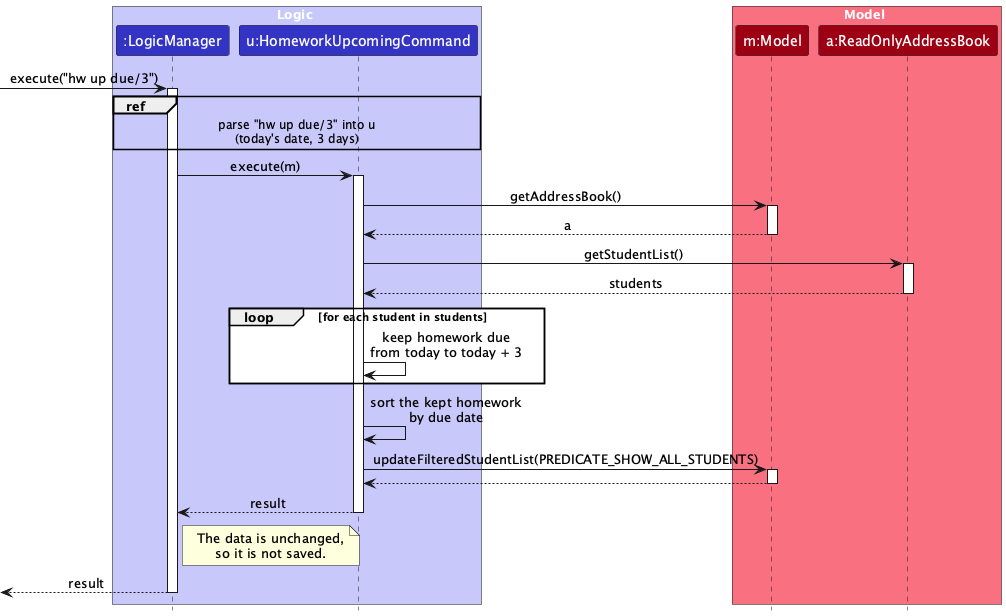
The PlantUML diagram docs/images/HomeworkUpcomingSequenceDiagram.png in AY2627S1-CS2103-F12-1/tp, before a commit. Source of this version:
```plantuml
@startuml
!include style.puml
skinparam ArrowFontStyle plain

box Logic LOGIC_COLOR_T1
participant ":LogicManager" as LogicManager LOGIC_COLOR
participant "u:HomeworkUpcomingCommand" as HomeworkUpcomingCommand LOGIC_COLOR
end box

box Model MODEL_COLOR_T1
participant "m:Model" as Model MODEL_COLOR
participant "a:ReadOnlyAddressBook" as AddressBook MODEL_COLOR
end box

[-> LogicManager : execute("hw up due/3")
activate LogicManager

ref over LogicManager, HomeworkUpcomingCommand
  parse "hw up due/3" into u
  (today's date, 3 days)
end ref

LogicManager -> HomeworkUpcomingCommand : execute(m)
activate HomeworkUpcomingCommand

HomeworkUpcomingCommand -> Model : getAddressBook()
activate Model

Model --> HomeworkUpcomingCommand : a
deactivate Model

HomeworkUpcomingCommand -> AddressBook : getStudentList()
activate AddressBook

AddressBook --> HomeworkUpcomingCommand : students
deactivate AddressBook

loop for each student in students
  HomeworkUpcomingCommand -> HomeworkUpcomingCommand : keep homework due\nfrom today to today + 3
end

HomeworkUpcomingCommand -> HomeworkUpcomingCommand : sort the kept homework\nby due date

HomeworkUpcomingCommand -> Model : updateFilteredStudentList(PREDICATE_SHOW_ALL_STUDENTS)
activate Model

Model --> HomeworkUpcomingCommand
deactivate Model

HomeworkUpcomingCommand --> LogicManager : result
deactivate HomeworkUpcomingCommand

note right of LogicManager
  The data is unchanged,
  so it is not saved.
end note

[<-- LogicManager : result
deactivate LogicManager
@enduml
```
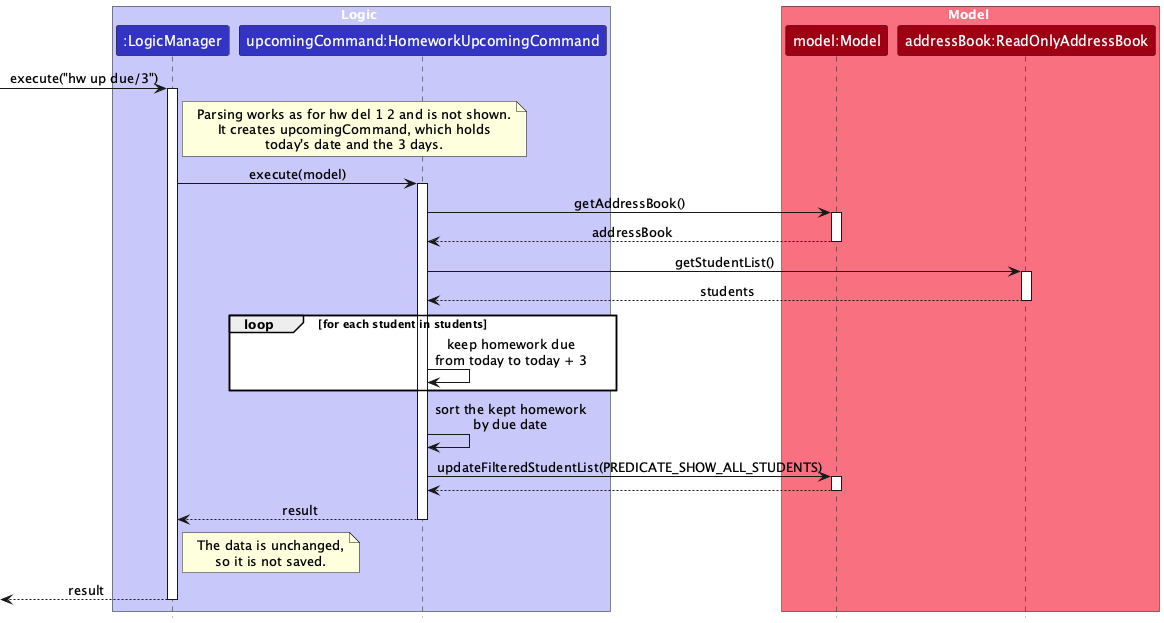
After the change.

Commit message:
DG: Make the homework diagrams easier to read

The edit, as a diff of the source:
```diff
@@ -4,29 +4,30 @@
 
 box Logic LOGIC_COLOR_T1
 participant ":LogicManager" as LogicManager LOGIC_COLOR
-participant "u:HomeworkUpcomingCommand" as HomeworkUpcomingCommand LOGIC_COLOR
+participant "upcomingCommand:HomeworkUpcomingCommand" as HomeworkUpcomingCommand LOGIC_COLOR
 end box
 
 box Model MODEL_COLOR_T1
-participant "m:Model" as Model MODEL_COLOR
-participant "a:ReadOnlyAddressBook" as AddressBook MODEL_COLOR
+participant "model:Model" as Model MODEL_COLOR
+participant "addressBook:ReadOnlyAddressBook" as AddressBook MODEL_COLOR
 end box
 
 [-> LogicManager : execute("hw up due/3")
 activate LogicManager
 
-ref over LogicManager, HomeworkUpcomingCommand
-  parse "hw up due/3" into u
-  (today's date, 3 days)
-end ref
+note right of LogicManager
+  Parsing works as for hw del 1 2 and is not shown.
+  It creates upcomingCommand, which holds
+  today's date and the 3 days.
+end note
 
-LogicManager -> HomeworkUpcomingCommand : execute(m)
+LogicManager -> HomeworkUpcomingCommand : execute(model)
 activate HomeworkUpcomingCommand
 
 HomeworkUpcomingCommand -> Model : getAddressBook()
 activate Model
 
-Model --> HomeworkUpcomingCommand : a
+Model --> HomeworkUpcomingCommand : addressBook
 deactivate Model
 
 HomeworkUpcomingCommand -> AddressBook : getStudentList()
```
